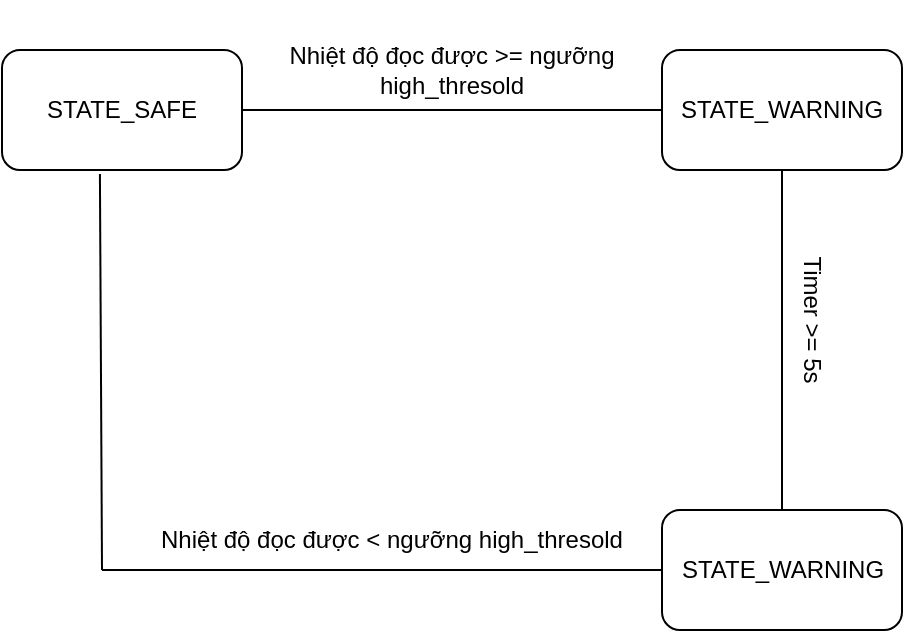
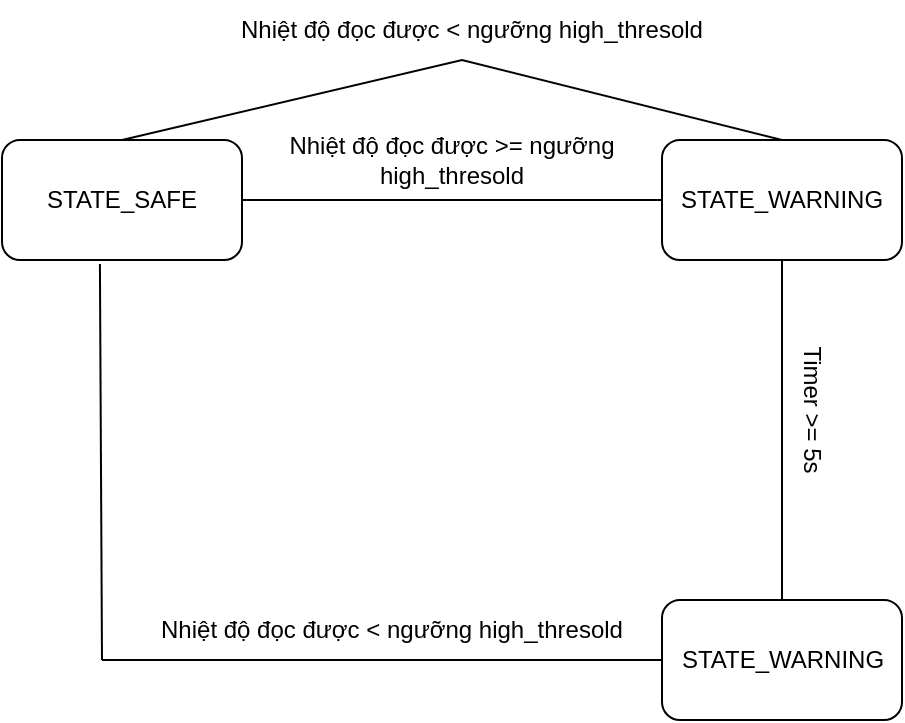
<mxfile host="app.diagrams.net">
  <diagram name="Page-1" id="CIeDH6FPLQG_CZJ6YSJV">
    <mxGraphModel dx="1406" dy="746" grid="1" gridSize="10" guides="1" tooltips="1" connect="1" arrows="1" fold="1" page="1" pageScale="1" pageWidth="850" pageHeight="1100" math="0" shadow="0">
      <root>
        <mxCell id="0" />
        <mxCell id="1" parent="0" />
        <mxCell id="Zvk07kx5uGm0fhck3Cny-1" parent="1" style="rounded=1;whiteSpace=wrap;html=1;" value="" vertex="1">
          <mxGeometry height="60" width="120" x="70" y="180" as="geometry" />
        </mxCell>
        <mxCell id="CAPw93YbNvtDNIzS7Cob-1" parent="1" style="text;html=1;whiteSpace=wrap;strokeColor=none;fillColor=none;align=center;verticalAlign=middle;rounded=0;" value="STATE_SAFE" vertex="1">
          <mxGeometry height="30" width="60" x="100" y="195" as="geometry" />
        </mxCell>
        <mxCell id="CAPw93YbNvtDNIzS7Cob-2" edge="1" parent="1" style="endArrow=none;html=1;rounded=0;entryX=0;entryY=0.5;entryDx=0;entryDy=0;" target="CAPw93YbNvtDNIzS7Cob-3" value="">
          <mxGeometry height="50" relative="1" width="50" as="geometry">
            <mxPoint x="190" y="210" as="sourcePoint" />
            <mxPoint x="290" y="210" as="targetPoint" />
          </mxGeometry>
        </mxCell>
        <mxCell id="CAPw93YbNvtDNIzS7Cob-3" parent="1" style="rounded=1;whiteSpace=wrap;html=1;" value="" vertex="1">
          <mxGeometry height="60" width="120" x="400" y="180" as="geometry" />
        </mxCell>
        <mxCell id="CAPw93YbNvtDNIzS7Cob-4" parent="1" style="text;html=1;whiteSpace=wrap;strokeColor=none;fillColor=none;align=center;verticalAlign=middle;rounded=0;" value="STATE_WARNING" vertex="1">
          <mxGeometry height="30" width="60" x="430" y="195" as="geometry" />
        </mxCell>
        <mxCell id="CAPw93YbNvtDNIzS7Cob-6" parent="1" style="text;html=1;whiteSpace=wrap;strokeColor=none;fillColor=none;align=center;verticalAlign=middle;rounded=0;" value="Nhiệt độ đọc được &amp;gt;= ngưỡng high_thresold" vertex="1">
          <mxGeometry height="70" width="210" x="190" y="155" as="geometry" />
        </mxCell>
        <mxCell id="J2xRq12DphBPeyFRSRYp-1" parent="1" style="rounded=1;whiteSpace=wrap;html=1;" value="" vertex="1">
          <mxGeometry height="60" width="120" x="400" y="410" as="geometry" />
        </mxCell>
        <mxCell id="J2xRq12DphBPeyFRSRYp-2" edge="1" parent="1" source="J2xRq12DphBPeyFRSRYp-1" style="endArrow=none;html=1;rounded=0;exitX=0.5;exitY=0;exitDx=0;exitDy=0;" value="">
          <mxGeometry height="50" relative="1" width="50" as="geometry">
            <mxPoint x="410" y="290" as="sourcePoint" />
            <mxPoint x="460" y="240" as="targetPoint" />
          </mxGeometry>
        </mxCell>
        <mxCell id="J2xRq12DphBPeyFRSRYp-3" parent="1" style="text;html=1;whiteSpace=wrap;strokeColor=none;fillColor=none;align=center;verticalAlign=middle;rounded=0;rotation=90;" value="Timer &amp;gt;= 5s" vertex="1">
          <mxGeometry height="30" width="100" x="425" y="300" as="geometry" />
        </mxCell>
        <mxCell id="J2xRq12DphBPeyFRSRYp-4" parent="1" style="text;html=1;whiteSpace=wrap;strokeColor=none;fillColor=none;align=center;verticalAlign=middle;rounded=0;" value="STATE_WARNING" vertex="1">
          <mxGeometry height="30" width="95" x="412.5" y="425" as="geometry" />
        </mxCell>
        <mxCell id="J2xRq12DphBPeyFRSRYp-6" edge="1" parent="1" style="endArrow=none;html=1;rounded=0;" value="">
          <mxGeometry height="50" relative="1" width="50" as="geometry">
            <mxPoint x="120" y="440" as="sourcePoint" />
            <mxPoint x="400" y="440" as="targetPoint" />
          </mxGeometry>
        </mxCell>
        <mxCell id="J2xRq12DphBPeyFRSRYp-7" edge="1" parent="1" style="endArrow=none;html=1;rounded=0;entryX=0.408;entryY=1.033;entryDx=0;entryDy=0;entryPerimeter=0;" target="Zvk07kx5uGm0fhck3Cny-1" value="">
          <mxGeometry height="50" relative="1" width="50" as="geometry">
            <mxPoint x="120" y="440" as="sourcePoint" />
            <mxPoint x="170" y="390" as="targetPoint" />
          </mxGeometry>
        </mxCell>
        <mxCell id="J2xRq12DphBPeyFRSRYp-8" parent="1" style="text;html=1;whiteSpace=wrap;strokeColor=none;fillColor=none;align=center;verticalAlign=middle;rounded=0;" value="Nhiệt độ đọc được &amp;lt; ngưỡng high_thresold" vertex="1">
          <mxGeometry height="30" width="250" x="140" y="410" as="geometry" />
        </mxCell>
+         <mxCell id="ZR-itEPcpePYQ3iU2YrD-1" edge="1" parent="1" style="endArrow=none;html=1;rounded=0;entryX=0.5;entryY=0;entryDx=0;entryDy=0;" target="CAPw93YbNvtDNIzS7Cob-3" value="">
+           <mxGeometry height="50" relative="1" width="50" as="geometry">
+             <Array as="points">
+               <mxPoint x="300" y="140" />
+             </Array>
+             <mxPoint x="130" y="180" as="sourcePoint" />
+             <mxPoint x="180" y="130" as="targetPoint" />
+           </mxGeometry>
+         </mxCell>
+         <mxCell id="ZR-itEPcpePYQ3iU2YrD-2" parent="1" style="text;html=1;whiteSpace=wrap;strokeColor=none;fillColor=none;align=center;verticalAlign=middle;rounded=0;" value="Nhiệt độ đọc được &amp;lt; ngưỡng high_thresold" vertex="1">
+           <mxGeometry height="30" width="250" x="180" y="110" as="geometry" />
+         </mxCell>
      </root>
    </mxGraphModel>
  </diagram>
</mxfile>
